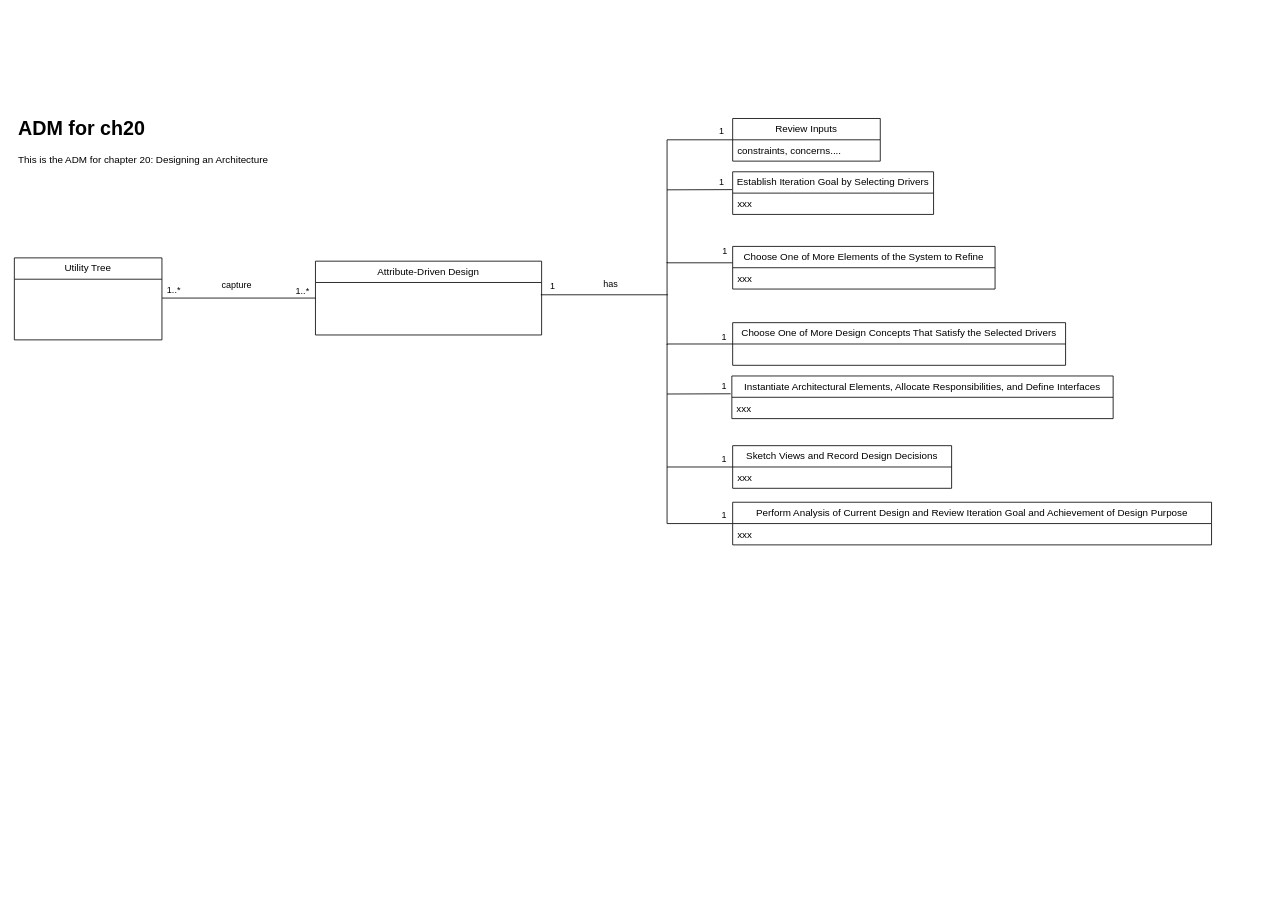
dhruwanga19/4471_Group14_ProjectDocumentation keeps this draw.io diagram as Documentation/DomainModel/ch20.drawio. Above is the earlier version. Source tidied: cells renumbered, new cells numbered last; positions are measured from the earlier drawing's top-left corner, leaving out a move shared by most shapes. Both pictures are drawn from the tidied source at 82%, with x=0, y=0 at pixel (14, 112).
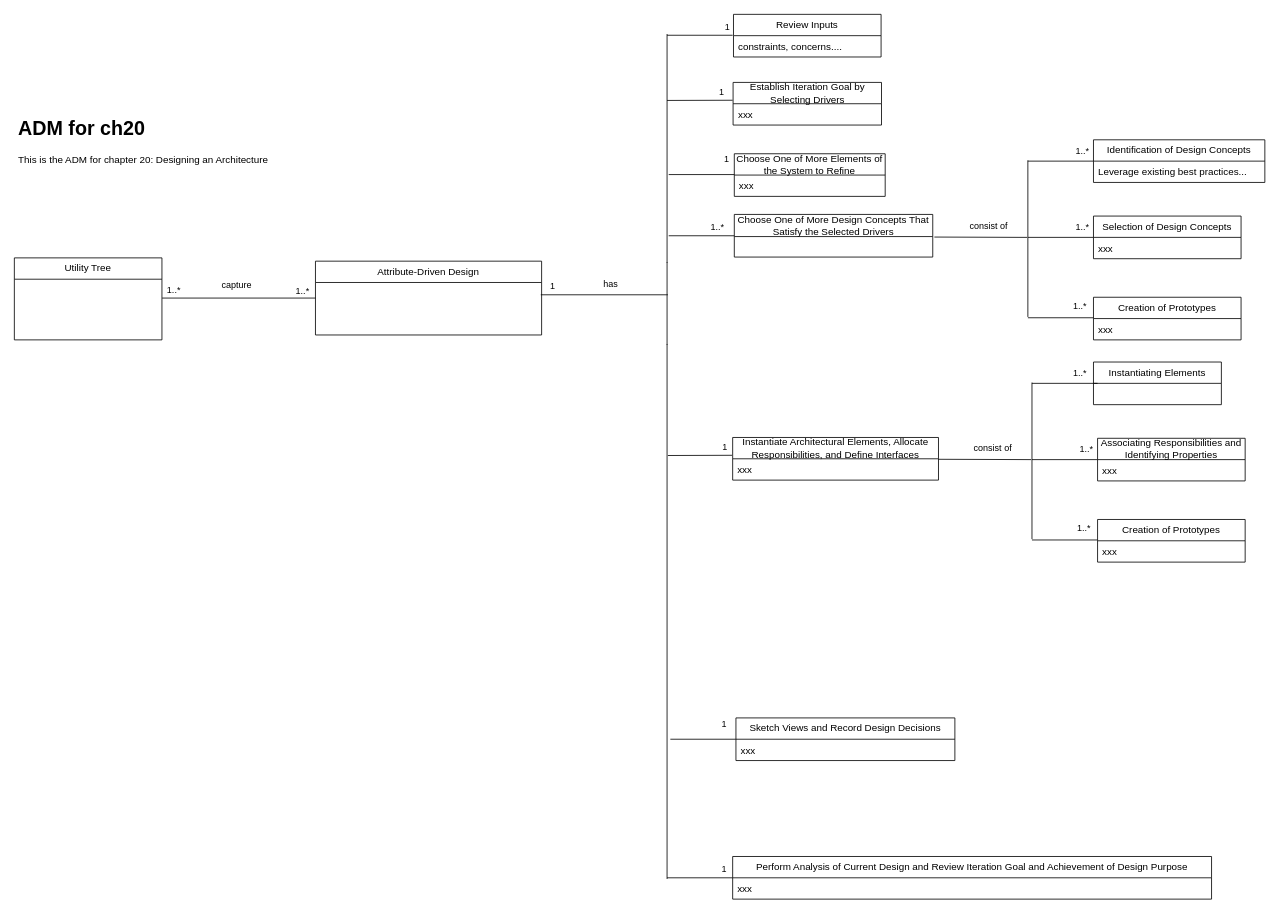
Above is the later version.

Change to the diagram source:
```diff
@@
     <mxCell id="8" style="endArrow=none;html=1;rounded=0;" parent="1" edge="1">
       <mxGeometry relative="1" as="geometry">
-        <mxPoint x="796" y="501" as="sourcePoint" />
+        <mxPoint x="796" y="934.4" as="sourcePoint" />
         <mxPoint x="796" y="282" as="targetPoint" />
       </mxGeometry>
     </mxCell>
     <mxCell id="9" style="endArrow=none;html=1;rounded=0;" parent="1" edge="1">
       <mxGeometry relative="1" as="geometry">
-        <mxPoint x="796" y="282" as="sourcePoint" />
-        <mxPoint x="876" y="282" as="targetPoint" />
+        <mxPoint x="798" y="150" as="sourcePoint" />
+        <mxPoint x="878" y="150" as="targetPoint" />
       </mxGeometry>
     </mxCell>
-    <mxCell id="10" value="Choose One of More Design Concepts That Satisfy the Selected Drivers" style="swimlane;fontStyle=0;horizontal=1;startSize=26;fillColor=none;whiteSpace=wrap;html=1;" parent="1" vertex="1">
-      <mxGeometry x="876" y="256" width="406" height="52" as="geometry" />
+    <mxCell id="10" value="Choose One of More Design Concepts That Satisfy the Selected Drivers" style="swimlane;fontStyle=0;horizontal=1;startSize=27;fillColor=none;whiteSpace=wrap;html=1;" parent="1" vertex="1">
+      <mxGeometry x="878" y="124" width="242" height="52" as="geometry" />
     </mxCell>
     <mxCell id="11" style="endArrow=none;html=1;rounded=0;" parent="1" edge="1">
       <mxGeometry relative="1" as="geometry">
-        <mxPoint x="796" y="432" as="sourcePoint" />
-        <mxPoint x="876" y="432" as="targetPoint" />
+        <mxPoint x="800" y="764" as="sourcePoint" />
+        <mxPoint x="880" y="764" as="targetPoint" />
       </mxGeometry>
     </mxCell>
     <mxCell id="12" value="Sketch Views and Record Design Decisions" style="swimlane;fontStyle=0;horizontal=1;startSize=26;fillColor=none;whiteSpace=wrap;html=1;" parent="1" vertex="1">
-      <mxGeometry x="876" y="406" width="267" height="52" as="geometry" />
+      <mxGeometry x="880" y="738" width="267" height="52" as="geometry" />
     </mxCell>
@@
     <mxCell id="17" value="Instantiate Architectural Elements, Allocate Responsibilities, and Define Interfaces" style="swimlane;fontStyle=0;horizontal=1;startSize=26;fillColor=none;whiteSpace=wrap;html=1;" parent="1" vertex="1">
-      <mxGeometry x="875" y="321" width="465" height="52" as="geometry" />
+      <mxGeometry x="876" y="396" width="251" height="52" as="geometry" />
     </mxCell>
     <mxCell id="18" value="xxx" style="text;strokeColor=none;fillColor=none;align=left;verticalAlign=top;spacingLeft=4;spacingRight=4;overflow=hidden;whiteSpace=wrap;html=1;" parent="17" vertex="1">
-      <mxGeometry y="26" width="465" height="26" as="geometry" />
+      <mxGeometry y="26" width="251" height="26" as="geometry" />
     </mxCell>
     <mxCell id="19" style="endArrow=none;html=1;rounded=0;entryX=-0.003;entryY=0.418;entryDx=0;entryDy=0;entryPerimeter=0;" parent="1" edge="1" target="17">
       <mxGeometry relative="1" as="geometry">
-        <mxPoint x="796" y="343" as="sourcePoint" />
+        <mxPoint x="797" y="418" as="sourcePoint" />
       </mxGeometry>
     </mxCell>
@@
     <mxCell id="21" style="endArrow=none;html=1;rounded=0;" parent="1" edge="1">
       <mxGeometry relative="1" as="geometry">
         <mxPoint x="796" y="183" as="sourcePoint" />
-        <mxPoint x="796" y="33" as="targetPoint" />
+        <mxPoint x="796" y="-96" as="targetPoint" />
       </mxGeometry>
     </mxCell>
     <mxCell id="22" style="endArrow=none;html=1;rounded=0;" parent="1" edge="1">
       <mxGeometry relative="1" as="geometry">
-        <mxPoint x="796" y="33" as="sourcePoint" />
-        <mxPoint x="876" y="33" as="targetPoint" />
+        <mxPoint x="796" y="-94.5" as="sourcePoint" />
+        <mxPoint x="876" y="-94.5" as="targetPoint" />
       </mxGeometry>
     </mxCell>
     <mxCell id="23" value="Review Inputs" style="swimlane;fontStyle=0;horizontal=1;startSize=26;fillColor=none;whiteSpace=wrap;html=1;" parent="1" vertex="1">
-      <mxGeometry x="876" y="7" width="180" height="52" as="geometry" />
+      <mxGeometry x="877" y="-120" width="180" height="52" as="geometry" />
     </mxCell>
@@
     <mxCell id="25" style="endArrow=none;html=1;rounded=0;" parent="1" edge="1">
       <mxGeometry relative="1" as="geometry">
-        <mxPoint x="796" y="183" as="sourcePoint" />
-        <mxPoint x="876" y="183" as="targetPoint" />
+        <mxPoint x="798" y="75.4" as="sourcePoint" />
+        <mxPoint x="878" y="75.4" as="targetPoint" />
       </mxGeometry>
     </mxCell>
     <mxCell id="26" value="Choose One of More Elements of the System to Refine" style="swimlane;fontStyle=0;horizontal=1;startSize=26;fillColor=none;whiteSpace=wrap;html=1;" parent="1" vertex="1">
-      <mxGeometry x="876" y="163" width="320" height="52" as="geometry" />
+      <mxGeometry x="878" y="50" width="184" height="52" as="geometry" />
     </mxCell>
     <mxCell id="27" value="xxx" style="text;strokeColor=none;fillColor=none;align=left;verticalAlign=top;spacingLeft=4;spacingRight=4;overflow=hidden;whiteSpace=wrap;html=1;" parent="26" vertex="1">
-      <mxGeometry y="26" width="320" height="26" as="geometry" />
+      <mxGeometry y="26" width="184" height="26" as="geometry" />
     </mxCell>
     <mxCell id="28" value="Establish Iteration Goal by Selecting Drivers" style="swimlane;fontStyle=0;horizontal=1;startSize=26;fillColor=none;whiteSpace=wrap;html=1;" parent="1" vertex="1">
-      <mxGeometry x="876" y="72" width="245" height="52" as="geometry" />
+      <mxGeometry x="876.5" y="-37" width="181" height="52" as="geometry" />
     </mxCell>
     <mxCell id="29" value="xxx" style="text;strokeColor=none;fillColor=none;align=left;verticalAlign=top;spacingLeft=4;spacingRight=4;overflow=hidden;whiteSpace=wrap;html=1;" parent="28" vertex="1">
-      <mxGeometry y="26" width="245" height="26" as="geometry" />
+      <mxGeometry y="26" width="181" height="26" as="geometry" />
     </mxCell>
     <mxCell id="30" style="endArrow=none;html=1;rounded=0;entryX=-0.003;entryY=0.418;entryDx=0;entryDy=0;entryPerimeter=0;" parent="1" edge="1" target="28">
       <mxGeometry relative="1" as="geometry">
-        <mxPoint x="796" y="94" as="sourcePoint" />
+        <mxPoint x="796" y="-15" as="sourcePoint" />
       </mxGeometry>
     </mxCell>
@@
     <mxCell id="32" value="1" style="edgeLabel;html=1;align=right;verticalAlign=bottom;" parent="1" vertex="1">
-      <mxGeometry x="866" y="30" as="geometry" />
+      <mxGeometry x="873" y="-97" as="geometry" />
     </mxCell>
     <mxCell id="33" value="1" style="edgeLabel;html=1;align=right;verticalAlign=bottom;" parent="1" vertex="1">
-      <mxGeometry x="866" y="92" as="geometry" />
+      <mxGeometry x="866" y="-17" as="geometry" />
     </mxCell>
     <mxCell id="34" value="1" style="edgeLabel;html=1;align=right;verticalAlign=bottom;" parent="1" vertex="1">
-      <mxGeometry x="870" y="177" as="geometry" />
+      <mxGeometry x="872" y="64" as="geometry" />
     </mxCell>
-    <mxCell id="35" value="1" style="edgeLabel;html=1;align=right;verticalAlign=bottom;" parent="1" vertex="1">
-      <mxGeometry x="869" y="282" as="geometry" />
-    </mxCell>
     <mxCell id="36" value="1" style="edgeLabel;html=1;align=right;verticalAlign=bottom;" parent="1" vertex="1">
-      <mxGeometry x="869" y="341" as="geometry" />
+      <mxGeometry x="870" y="416" as="geometry" />
     </mxCell>
     <mxCell id="37" value="1" style="edgeLabel;html=1;align=right;verticalAlign=bottom;" parent="1" vertex="1">
-      <mxGeometry x="891" y="380" as="geometry">
+      <mxGeometry x="891" y="703" as="geometry">
         <mxPoint x="-22" y="50" as="offset" />
       </mxGeometry>
     </mxCell>
     <mxCell id="38" style="endArrow=none;html=1;rounded=0;" parent="1" edge="1">
       <mxGeometry relative="1" as="geometry">
-        <mxPoint x="796" y="501" as="sourcePoint" />
-        <mxPoint x="876" y="501" as="targetPoint" />
+        <mxPoint x="796" y="933" as="sourcePoint" />
+        <mxPoint x="876" y="933" as="targetPoint" />
       </mxGeometry>
     </mxCell>
     <mxCell id="39" value="Perform Analysis of Current Design and Review Iteration Goal and Achievement of Design Purpose" style="swimlane;fontStyle=0;horizontal=1;startSize=26;fillColor=none;whiteSpace=wrap;html=1;" parent="1" vertex="1">
-      <mxGeometry x="876" y="475" width="584" height="52" as="geometry" />
+      <mxGeometry x="876" y="907" width="584" height="52" as="geometry" />
     </mxCell>
@@
     <mxCell id="41" value="1" style="edgeLabel;html=1;align=right;verticalAlign=bottom;" parent="1" vertex="1">
-      <mxGeometry x="891" y="449" as="geometry">
+      <mxGeometry x="891" y="881" as="geometry">
         <mxPoint x="-22" y="50" as="offset" />
       </mxGeometry>
     </mxCell>
+    <mxCell id="42" style="endArrow=none;html=1;rounded=0;" parent="1" edge="1">
+      <mxGeometry relative="1" as="geometry">
+        <mxPoint x="1236" y="249" as="sourcePoint" />
+        <mxPoint x="1236" y="58" as="targetPoint" />
+      </mxGeometry>
+    </mxCell>
+    <mxCell id="43" style="endArrow=none;html=1;rounded=0;" parent="1" edge="1">
+      <mxGeometry relative="1" as="geometry">
+        <mxPoint x="1236" y="152" as="sourcePoint" />
+        <mxPoint x="1316" y="152" as="targetPoint" />
+      </mxGeometry>
+    </mxCell>
+    <mxCell id="44" value="Selection of Design Concepts" style="swimlane;fontStyle=0;horizontal=1;startSize=26;fillColor=none;whiteSpace=wrap;html=1;" parent="1" vertex="1">
+      <mxGeometry x="1316" y="126" width="180" height="52" as="geometry" />
+    </mxCell>
+    <mxCell id="45" value="xxx" style="text;strokeColor=none;fillColor=none;align=left;verticalAlign=top;spacingLeft=4;spacingRight=4;overflow=hidden;whiteSpace=wrap;html=1;" parent="44" vertex="1">
+      <mxGeometry y="26" width="180" height="26" as="geometry" />
+    </mxCell>
+    <mxCell id="46" style="endArrow=none;html=1;rounded=0;" parent="1" edge="1">
+      <mxGeometry relative="1" as="geometry">
+        <mxPoint x="1236" y="250" as="sourcePoint" />
+        <mxPoint x="1316" y="250" as="targetPoint" />
+      </mxGeometry>
+    </mxCell>
+    <mxCell id="47" value="Creation of Prototypes" style="swimlane;fontStyle=0;horizontal=1;startSize=26;fillColor=none;whiteSpace=wrap;html=1;" parent="1" vertex="1">
+      <mxGeometry x="1316" y="225" width="180" height="52" as="geometry" />
+    </mxCell>
+    <mxCell id="48" value="xxx" style="text;strokeColor=none;fillColor=none;align=left;verticalAlign=top;spacingLeft=4;spacingRight=4;overflow=hidden;whiteSpace=wrap;html=1;" parent="47" vertex="1">
+      <mxGeometry y="26" width="180" height="26" as="geometry" />
+    </mxCell>
+    <mxCell id="49" value="1..*" style="edgeLabel;html=1;align=right;verticalAlign=bottom;" parent="1" vertex="1">
+      <mxGeometry x="1311" y="147" as="geometry" />
+    </mxCell>
+    <mxCell id="50" value="1..*" style="edgeLabel;html=1;align=right;verticalAlign=bottom;" parent="1" vertex="1">
+      <mxGeometry x="1308" y="244" as="geometry" />
+    </mxCell>
+    <mxCell id="51" style="endArrow=none;html=1;rounded=0;" parent="1" edge="1">
+      <mxGeometry relative="1" as="geometry">
+        <mxPoint x="1236" y="59" as="sourcePoint" />
+        <mxPoint x="1316" y="59" as="targetPoint" />
+      </mxGeometry>
+    </mxCell>
+    <mxCell id="52" value="Identification of Design Concepts" style="swimlane;fontStyle=0;horizontal=1;startSize=26;fillColor=none;whiteSpace=wrap;html=1;" parent="1" vertex="1">
+      <mxGeometry x="1316" y="33" width="209" height="52" as="geometry" />
+    </mxCell>
+    <mxCell id="53" value="Leverage existing best practices..." style="text;strokeColor=none;fillColor=none;align=left;verticalAlign=top;spacingLeft=4;spacingRight=4;overflow=hidden;whiteSpace=wrap;html=1;" parent="52" vertex="1">
+      <mxGeometry y="26" width="209" height="26" as="geometry" />
+    </mxCell>
+    <mxCell id="54" value="1..*" style="edgeLabel;html=1;align=right;verticalAlign=bottom;" parent="1" vertex="1">
+      <mxGeometry x="1311" y="55" as="geometry" />
+    </mxCell>
+    <mxCell id="55" value="consist of" style="edgeLabel;html=1;align=center;verticalAlign=middle;" parent="1" vertex="1">
+      <mxGeometry x="1218" y="79" as="geometry">
+        <mxPoint x="-31" y="58" as="offset" />
+      </mxGeometry>
+    </mxCell>
+    <mxCell id="56" style="endArrow=none;html=1;rounded=0;exitX=1;exitY=0.5;exitDx=0;exitDy=0;" parent="1" edge="1">
+      <mxGeometry relative="1" as="geometry">
+        <mxPoint x="1122" y="151.6" as="sourcePoint" />
+        <mxPoint x="1235" y="152" as="targetPoint" />
+      </mxGeometry>
+    </mxCell>
+    <mxCell id="57" value="1..*" style="edgeLabel;html=1;align=right;verticalAlign=bottom;" parent="1" vertex="1">
+      <mxGeometry x="385" y="124" as="geometry">
+        <mxPoint x="481" y="23" as="offset" />
+      </mxGeometry>
+    </mxCell>
+    <mxCell id="58" style="endArrow=none;html=1;rounded=0;" parent="1" edge="1">
+      <mxGeometry relative="1" as="geometry">
+        <mxPoint x="1241" y="520" as="sourcePoint" />
+        <mxPoint x="1241" y="329" as="targetPoint" />
+      </mxGeometry>
+    </mxCell>
+    <mxCell id="59" style="endArrow=none;html=1;rounded=0;" parent="1" edge="1">
+      <mxGeometry relative="1" as="geometry">
+        <mxPoint x="1241" y="423" as="sourcePoint" />
+        <mxPoint x="1321" y="423" as="targetPoint" />
+      </mxGeometry>
+    </mxCell>
+    <mxCell id="60" value="Associating Responsibilities and Identifying Properties" style="swimlane;fontStyle=0;horizontal=1;startSize=26;fillColor=none;whiteSpace=wrap;html=1;" parent="1" vertex="1">
+      <mxGeometry x="1321" y="397" width="180" height="52" as="geometry" />
+    </mxCell>
+    <mxCell id="61" value="xxx" style="text;strokeColor=none;fillColor=none;align=left;verticalAlign=top;spacingLeft=4;spacingRight=4;overflow=hidden;whiteSpace=wrap;html=1;" parent="60" vertex="1">
+      <mxGeometry y="26" width="180" height="26" as="geometry" />
+    </mxCell>
+    <mxCell id="62" style="endArrow=none;html=1;rounded=0;" parent="1" edge="1">
+      <mxGeometry relative="1" as="geometry">
+        <mxPoint x="1241" y="521" as="sourcePoint" />
+        <mxPoint x="1321" y="521" as="targetPoint" />
+      </mxGeometry>
+    </mxCell>
+    <mxCell id="63" value="Creation of Prototypes" style="swimlane;fontStyle=0;horizontal=1;startSize=26;fillColor=none;whiteSpace=wrap;html=1;" parent="1" vertex="1">
+      <mxGeometry x="1321" y="496" width="180" height="52" as="geometry" />
+    </mxCell>
+    <mxCell id="64" value="xxx" style="text;strokeColor=none;fillColor=none;align=left;verticalAlign=top;spacingLeft=4;spacingRight=4;overflow=hidden;whiteSpace=wrap;html=1;" parent="63" vertex="1">
+      <mxGeometry y="26" width="180" height="26" as="geometry" />
+    </mxCell>
+    <mxCell id="65" value="1..*" style="edgeLabel;html=1;align=right;verticalAlign=bottom;" parent="1" vertex="1">
+      <mxGeometry x="1316" y="418" as="geometry" />
+    </mxCell>
+    <mxCell id="66" value="1..*" style="edgeLabel;html=1;align=right;verticalAlign=bottom;" parent="1" vertex="1">
+      <mxGeometry x="1313" y="515" as="geometry" />
+    </mxCell>
+    <mxCell id="67" style="endArrow=none;html=1;rounded=0;" parent="1" edge="1">
+      <mxGeometry relative="1" as="geometry">
+        <mxPoint x="1241" y="330" as="sourcePoint" />
+        <mxPoint x="1321" y="330" as="targetPoint" />
+      </mxGeometry>
+    </mxCell>
+    <mxCell id="68" value="Instantiating Elements" style="swimlane;fontStyle=0;horizontal=1;startSize=26;fillColor=none;whiteSpace=wrap;html=1;" parent="1" vertex="1">
+      <mxGeometry x="1316" y="304" width="156" height="52" as="geometry" />
+    </mxCell>
+    <mxCell id="69" value="1..*" style="edgeLabel;html=1;align=right;verticalAlign=bottom;" parent="1" vertex="1">
+      <mxGeometry x="1308" y="326" as="geometry" />
+    </mxCell>
+    <mxCell id="70" value="consist of" style="edgeLabel;html=1;align=center;verticalAlign=middle;" parent="1" vertex="1">
+      <mxGeometry x="1223" y="350" as="geometry">
+        <mxPoint x="-31" y="58" as="offset" />
+      </mxGeometry>
+    </mxCell>
+    <mxCell id="71" style="endArrow=none;html=1;rounded=0;exitX=1;exitY=0.5;exitDx=0;exitDy=0;" parent="1" edge="1">
+      <mxGeometry relative="1" as="geometry">
+        <mxPoint x="1127" y="422.6" as="sourcePoint" />
+        <mxPoint x="1240" y="423" as="targetPoint" />
+      </mxGeometry>
+    </mxCell>
```
